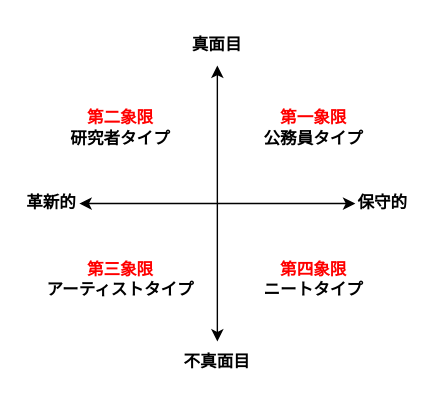
This is 概念図.drawio from KedamaCarry/RSA_AcousticSoftware, a draw.io file, before an edit. Source tidied: cells renumbered, new cells numbered last; positions are measured from the earlier drawing's top-left corner, leaving out a move shared by most shapes. Both pictures are drawn from the tidied source at 138%, with x=0, y=0 at pixel (23, 23).
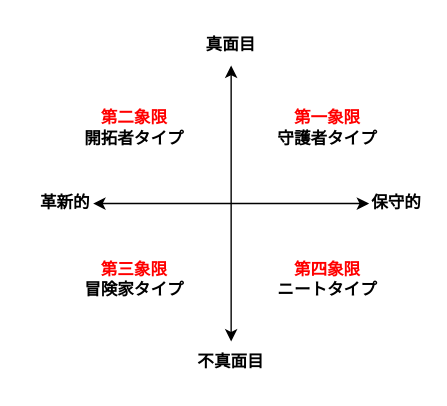
The same diagram, later.

Commit message:
概念図.drawio を更新します

Change to the diagram source:
```diff
@@
 <mxGraphModel>
   <root>
     <mxCell id="0" />
     <mxCell id="1" parent="0" />
-    <mxCell id="2" style="group;" parent="1" vertex="1">
-      <mxGeometry width="280" height="260" as="geometry" />
-    </mxCell>
-    <mxCell id="3" style="endArrow=classic;startArrow=classic;html=1;rounded=0;" parent="2" edge="1">
+    <mxCell id="3" style="endArrow=classic;startArrow=classic;html=1;rounded=0;" parent="1" edge="1">
       <mxGeometry relative="1" as="geometry">
-        <mxPoint x="40" y="130" as="sourcePoint" />
-        <mxPoint x="240" y="130" as="targetPoint" />
+        <mxPoint x="50" y="130" as="sourcePoint" />
+        <mxPoint x="250" y="130" as="targetPoint" />
       </mxGeometry>
     </mxCell>
-    <mxCell id="4" style="endArrow=classic;startArrow=classic;html=1;rounded=0;" parent="2" edge="1">
+    <mxCell id="4" style="endArrow=classic;startArrow=classic;html=1;rounded=0;" parent="1" edge="1">
       <mxGeometry relative="1" as="geometry">
-        <mxPoint x="140" y="30" as="sourcePoint" />
-        <mxPoint x="140" y="230" as="targetPoint" />
+        <mxPoint x="150" y="30" as="sourcePoint" />
+        <mxPoint x="150" y="230" as="targetPoint" />
       </mxGeometry>
     </mxCell>
-    <mxCell id="5" value="&lt;b&gt;真面目&lt;br&gt;&lt;/b&gt;" style="text;html=1;align=center;verticalAlign=middle;whiteSpace=wrap;rounded=0;" parent="2" vertex="1">
-      <mxGeometry x="110" width="60" height="30" as="geometry" />
+    <mxCell id="5" value="&lt;b&gt;真面目&lt;br&gt;&lt;/b&gt;" style="text;html=1;align=center;verticalAlign=middle;whiteSpace=wrap;rounded=0;" parent="1" vertex="1">
+      <mxGeometry x="120" width="60" height="30" as="geometry" />
     </mxCell>
-    <mxCell id="6" value="&lt;b&gt;不真面目&lt;/b&gt;" style="text;html=1;align=center;verticalAlign=middle;whiteSpace=wrap;rounded=0;" parent="2" vertex="1">
-      <mxGeometry x="110" y="230" width="60" height="30" as="geometry" />
+    <mxCell id="6" value="&lt;b&gt;不真面目&lt;/b&gt;" style="text;html=1;align=center;verticalAlign=middle;whiteSpace=wrap;rounded=0;" parent="1" vertex="1">
+      <mxGeometry x="120" y="230" width="60" height="30" as="geometry" />
     </mxCell>
-    <mxCell id="7" value="&lt;b&gt;保守的&lt;br&gt;&lt;/b&gt;" style="text;html=1;align=center;verticalAlign=middle;whiteSpace=wrap;rounded=0;" parent="2" vertex="1">
-      <mxGeometry x="240" y="120" width="40" height="20" as="geometry" />
+    <mxCell id="7" value="&lt;b&gt;保守的&lt;br&gt;&lt;/b&gt;" style="text;html=1;align=center;verticalAlign=middle;whiteSpace=wrap;rounded=0;" parent="1" vertex="1">
+      <mxGeometry x="250" y="120" width="40" height="20" as="geometry" />
     </mxCell>
-    <mxCell id="8" value="&lt;b&gt;革新的&lt;/b&gt;" style="text;html=1;align=center;verticalAlign=middle;whiteSpace=wrap;rounded=0;" parent="2" vertex="1">
-      <mxGeometry y="120" width="40" height="20" as="geometry" />
+    <mxCell id="8" value="&lt;b&gt;革新的&lt;/b&gt;" style="text;html=1;align=center;verticalAlign=middle;whiteSpace=wrap;rounded=0;" parent="1" vertex="1">
+      <mxGeometry x="10" y="120" width="40" height="20" as="geometry" />
     </mxCell>
-    <mxCell id="9" value="&lt;div&gt;&lt;b&gt;&lt;span style=&quot;color: rgb(255, 0, 0);&quot;&gt;第一象限&lt;/span&gt;&lt;/b&gt;&lt;br&gt;&lt;/div&gt;&lt;div&gt;&lt;b&gt;公務員タイプ&lt;/b&gt;&lt;/div&gt;" style="text;html=1;align=center;verticalAlign=middle;whiteSpace=wrap;rounded=0;" parent="2" vertex="1">
-      <mxGeometry x="150" y="40" width="120" height="70" as="geometry" />
+    <mxCell id="9" value="&lt;div&gt;&lt;b&gt;&lt;span style=&quot;color: rgb(255, 0, 0);&quot;&gt;第一象限&lt;/span&gt;&lt;/b&gt;&lt;br&gt;&lt;/div&gt;&lt;div&gt;&lt;b&gt;守護者タイプ&lt;/b&gt;&lt;/div&gt;" style="text;html=1;align=center;verticalAlign=middle;whiteSpace=wrap;rounded=0;" parent="1" vertex="1">
+      <mxGeometry x="160" y="40" width="120" height="70" as="geometry" />
     </mxCell>
-    <mxCell id="10" value="&lt;div&gt;&lt;b&gt;&lt;span style=&quot;color: rgb(255, 0, 0);&quot;&gt;第二象限&lt;/span&gt;&lt;/b&gt;&lt;/div&gt;&lt;div&gt;&lt;b&gt;研究者タイプ&lt;/b&gt;&lt;/div&gt;" style="text;html=1;align=center;verticalAlign=middle;whiteSpace=wrap;rounded=0;" parent="2" vertex="1">
-      <mxGeometry x="10" y="40" width="120" height="70" as="geometry" />
+    <mxCell id="10" value="&lt;div&gt;&lt;b&gt;&lt;span style=&quot;color: rgb(255, 0, 0);&quot;&gt;第二象限&lt;/span&gt;&lt;/b&gt;&lt;/div&gt;&lt;div&gt;&lt;b&gt;開拓者タイプ&lt;/b&gt;&lt;/div&gt;" style="text;html=1;align=center;verticalAlign=middle;whiteSpace=wrap;rounded=0;" parent="1" vertex="1">
+      <mxGeometry x="20" y="40" width="120" height="70" as="geometry" />
     </mxCell>
-    <mxCell id="11" value="&lt;div&gt;&lt;b&gt;&lt;span style=&quot;color: rgb(255, 0, 0);&quot;&gt;第三象限&lt;/span&gt;&lt;/b&gt;&lt;/div&gt;&lt;div&gt;&lt;b&gt;アーティストタイプ&lt;br&gt;&lt;/b&gt;&lt;/div&gt;" style="text;html=1;align=center;verticalAlign=middle;whiteSpace=wrap;rounded=0;" parent="2" vertex="1">
-      <mxGeometry x="10" y="150" width="120" height="70" as="geometry" />
+    <mxCell id="11" value="&lt;div&gt;&lt;b&gt;&lt;span style=&quot;color: rgb(255, 0, 0);&quot;&gt;第三象限&lt;/span&gt;&lt;/b&gt;&lt;/div&gt;&lt;div&gt;&lt;b&gt;冒険家タイプ&lt;br&gt;&lt;/b&gt;&lt;/div&gt;" style="text;html=1;align=center;verticalAlign=middle;whiteSpace=wrap;rounded=0;" parent="1" vertex="1">
+      <mxGeometry x="20" y="150" width="120" height="70" as="geometry" />
     </mxCell>
-    <mxCell id="12" value="&lt;div&gt;&lt;b&gt;&lt;span style=&quot;color: rgb(255, 0, 0);&quot;&gt;第四象限&lt;/span&gt;&lt;/b&gt;&lt;br&gt;&lt;/div&gt;&lt;div&gt;&lt;b&gt;ニートタイプ&lt;/b&gt;&lt;/div&gt;" style="text;html=1;align=center;verticalAlign=middle;whiteSpace=wrap;rounded=0;" parent="2" vertex="1">
-      <mxGeometry x="150" y="150" width="120" height="70" as="geometry" />
+    <mxCell id="12" value="&lt;div&gt;&lt;b&gt;&lt;span style=&quot;color: rgb(255, 0, 0);&quot;&gt;第四象限&lt;/span&gt;&lt;/b&gt;&lt;br&gt;&lt;/div&gt;&lt;div&gt;&lt;b&gt;ニートタイプ&lt;/b&gt;&lt;/div&gt;" style="text;html=1;align=center;verticalAlign=middle;whiteSpace=wrap;rounded=0;" parent="1" vertex="1">
+      <mxGeometry x="160" y="150" width="120" height="70" as="geometry" />
     </mxCell>
   </root>
 </mxGraphModel>
```
